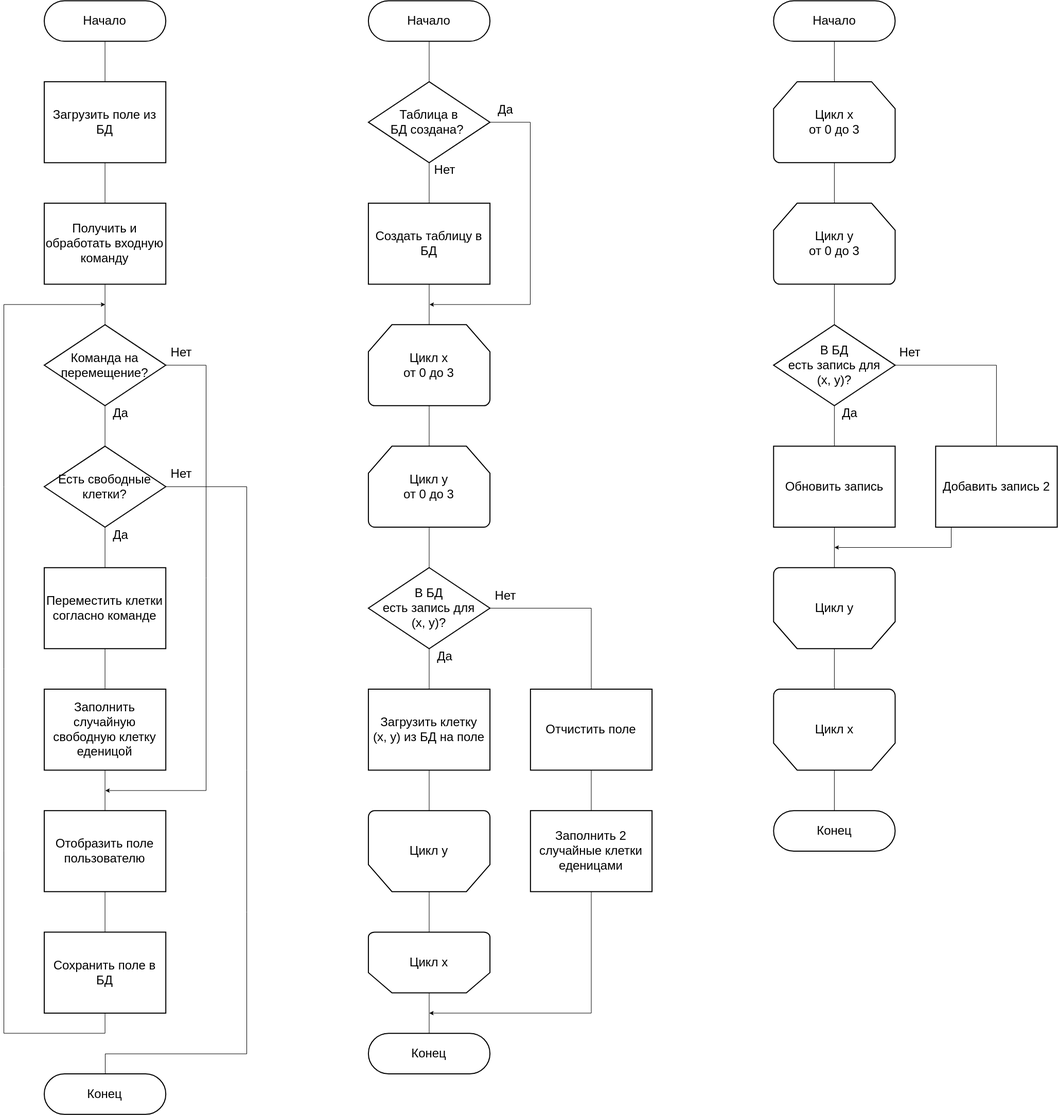
Above: diagrams/flowcharts.drawio.png in Destructor17/graduation_project_report (draw.io), before the change. Source tidied: cells renumbered, new cells last; positions are measured from the earlier drawing's top-left corner, leaving out a move shared by most shapes.
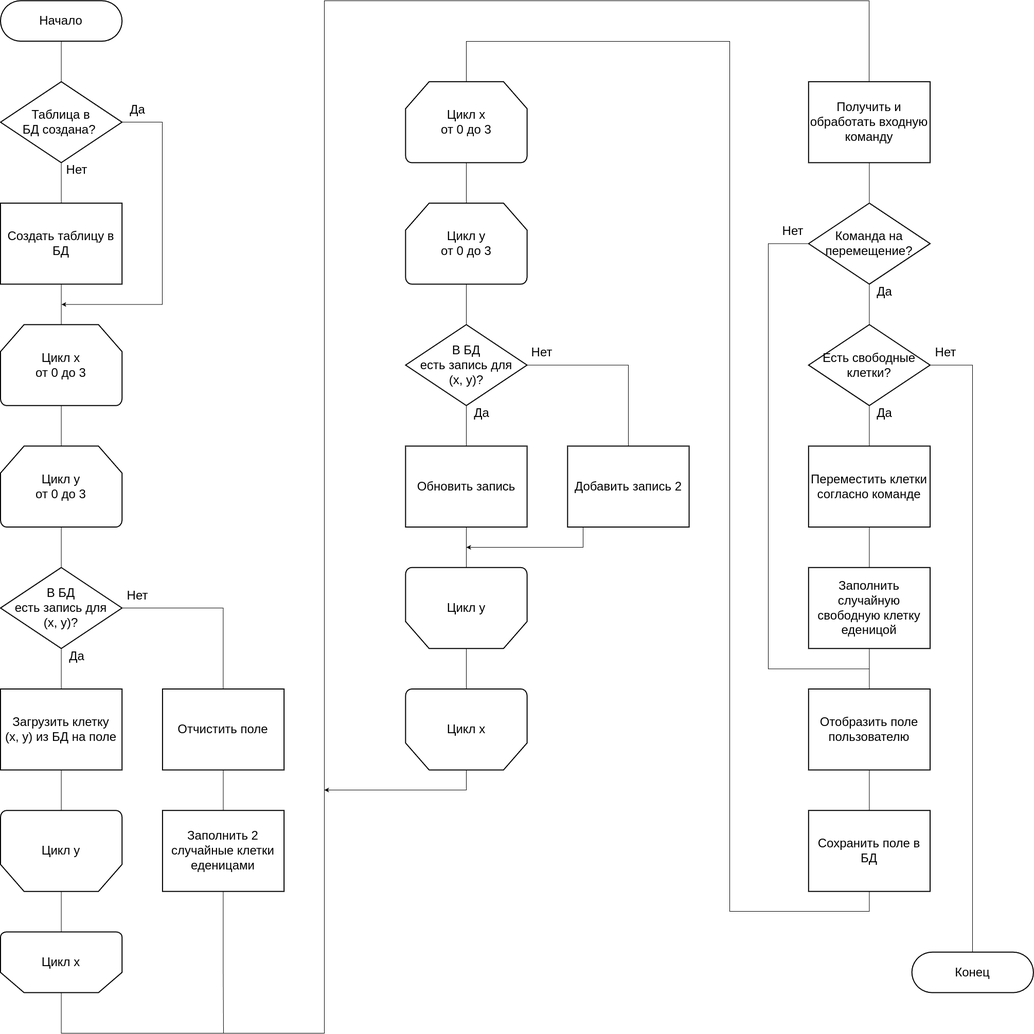
Above is the later version.

What changed in the source:
```diff
@@ -2,12 +2,6 @@
   <root>
     <mxCell id="0" />
     <mxCell id="1" parent="0" />
-    <mxCell id="2" style="edgeStyle=orthogonalEdgeStyle;rounded=0;jettySize=auto;html=1;strokeColor=default;align=center;verticalAlign=middle;fontFamily=Helvetica;fontSize=24;fontColor=default;labelBackgroundColor=none;endArrow=none;endFill=0;" parent="1" edge="1" source="3" target="6">
-      <mxGeometry relative="1" as="geometry" />
-    </mxCell>
-    <mxCell id="3" value="&lt;span style=&quot;font-size: 24px;&quot;&gt;Начало&lt;/span&gt;" style="rounded=1;whiteSpace=wrap;html=1;absoluteArcSize=1;arcSize=100;strokeWidth=2;strokeColor=default;align=center;verticalAlign=middle;fontFamily=Helvetica;fontSize=24;fontColor=default;fillColor=default;comic=0;fixDash=0;snapToPoint=0;" parent="1" vertex="1">
-      <mxGeometry x="708.4" y="-0.1" width="236.2" height="78.7" as="geometry" />
-    </mxCell>
     <mxCell id="4" style="edgeStyle=orthogonalEdgeStyle;rounded=0;jettySize=auto;html=1;endArrow=none;endFill=0;fontSize=24;" parent="1" edge="1" source="6" target="8">
       <mxGeometry relative="1" as="geometry" />
     </mxCell>
@@ -68,9 +62,16 @@
     <mxCell id="21" value="&lt;span style=&quot;font-size: 24px;&quot;&gt;Загрузить клетку &lt;br style=&quot;font-size: 24px;&quot;&gt;(x, y) из БД на поле&lt;/span&gt;" style="rounded=0;whiteSpace=wrap;html=1;absoluteArcSize=1;arcSize=0;strokeWidth=2;strokeColor=default;align=center;verticalAlign=middle;fontFamily=Helvetica;fontSize=24;fontColor=default;fillColor=default;comic=0;fixDash=0;snapToPoint=0;" parent="1" vertex="1">
       <mxGeometry x="708.4" y="1338.5" width="236.2" height="157.5" as="geometry" />
     </mxCell>
-    <mxCell id="22" style="edgeStyle=none;html=1;endArrow=none;endFill=0;fontSize=24;rounded=0;" parent="1" edge="1" source="23" target="40">
-      <mxGeometry relative="1" as="geometry" />
-    </mxCell>
+    <mxCell id="76" style="edgeStyle=orthogonalEdgeStyle;rounded=0;jettySize=auto;html=1;endArrow=none;endFill=0;" parent="1" edge="1" source="23" target="31">
+      <mxGeometry relative="1" as="geometry">
+        <Array as="points">
+          <mxPoint x="826.9" y="2008" />
+          <mxPoint x="1337.9" y="2008" />
+          <mxPoint x="1337.9" />
+          <mxPoint x="2396.9" />
+        </Array>
+      </mxGeometry>
+    </mxCell>
     <mxCell id="23" value="Цикл x" style="strokeWidth=2;html=1;shape=mxgraph.flowchart.loop_limit;whiteSpace=wrap;flipV=1;perimeterSpacing=0;noLabel=0;fontSize=24;rounded=0;" parent="1" vertex="1">
       <mxGeometry x="708.4" y="1810.9" width="236.2" height="118.1" as="geometry" />
     </mxCell>
@@ -84,72 +85,60 @@
       <mxGeometry relative="1" as="geometry" />
     </mxCell>
     <mxCell id="27" value="&lt;span style=&quot;font-size: 24px;&quot;&gt;Отчистить поле&lt;/span&gt;" style="rounded=0;whiteSpace=wrap;html=1;absoluteArcSize=1;arcSize=0;strokeWidth=2;strokeColor=default;align=center;verticalAlign=middle;fontFamily=Helvetica;fontSize=24;fontColor=default;fillColor=default;comic=0;fixDash=0;snapToPoint=0;" parent="1" vertex="1">
-      <mxGeometry x="1023.4" y="1338.5" width="236.2" height="157.5" as="geometry" />
+      <mxGeometry x="1023.3" y="1338.5" width="236.2" height="157.5" as="geometry" />
     </mxCell>
-    <mxCell id="28" style="edgeStyle=orthogonalEdgeStyle;shape=connector;rounded=0;html=1;labelBackgroundColor=none;strokeColor=default;fontFamily=Helvetica;fontSize=24;fontColor=default;endArrow=classic;endFill=1;startSize=19;" parent="1" edge="1" source="29">
-      <mxGeometry relative="1" as="geometry">
-        <mxPoint x="826.5" y="1968.4" as="targetPoint" />
-        <Array as="points">
-          <mxPoint x="1142" y="1968.6" />
-        </Array>
-      </mxGeometry>
-    </mxCell>
+    <mxCell id="77" style="edgeStyle=orthogonalEdgeStyle;rounded=0;jettySize=auto;html=1;endArrow=none;endFill=0;" parent="1" edge="1" source="29">
+      <mxGeometry relative="1" as="geometry">
+        <mxPoint x="1141.9" y="2008" as="targetPoint" />
+      </mxGeometry>
+    </mxCell>
     <mxCell id="29" value="&lt;span style=&quot;font-size: 24px;&quot;&gt;Заполнить 2 случайные клетки еденицами&lt;/span&gt;" style="rounded=0;whiteSpace=wrap;html=1;absoluteArcSize=1;arcSize=0;strokeWidth=2;strokeColor=default;align=center;verticalAlign=middle;fontFamily=Helvetica;fontSize=24;fontColor=default;fillColor=default;comic=0;fixDash=0;snapToPoint=0;" parent="1" vertex="1">
-      <mxGeometry x="1023.4" y="1574.7" width="236.2" height="157.5" as="geometry" />
+      <mxGeometry x="1023.3" y="1574.7" width="236.2" height="157.5" as="geometry" />
     </mxCell>
     <mxCell id="30" style="edgeStyle=orthogonalEdgeStyle;rounded=0;jettySize=auto;html=1;strokeColor=default;align=center;verticalAlign=middle;fontFamily=Helvetica;fontSize=24;fontColor=default;labelBackgroundColor=none;endArrow=none;endFill=0;" parent="1" edge="1" source="31" target="34">
       <mxGeometry relative="1" as="geometry" />
     </mxCell>
     <mxCell id="31" value="&lt;span style=&quot;font-size: 24px;&quot;&gt;Получить и обработать входную команду&lt;/span&gt;" style="rounded=0;whiteSpace=wrap;html=1;absoluteArcSize=1;arcSize=0;strokeWidth=2;strokeColor=default;align=center;verticalAlign=middle;fontFamily=Helvetica;fontSize=24;fontColor=default;fillColor=default;comic=0;fixDash=0;snapToPoint=0;" parent="1" vertex="1">
-      <mxGeometry x="78.5" y="393.6" width="236.2" height="157.5" as="geometry" />
+      <mxGeometry x="2279.2" y="157.4" width="236.2" height="157.5" as="geometry" />
     </mxCell>
     <mxCell id="32" style="edgeStyle=none;html=1;endArrow=none;endFill=0;fontSize=24;rounded=0;" parent="1" edge="1" source="34" target="48">
       <mxGeometry relative="1" as="geometry" />
     </mxCell>
-    <mxCell id="33" style="edgeStyle=orthogonalEdgeStyle;rounded=0;jettySize=auto;html=1;fontSize=24;exitX=1;exitY=0.5;exitDx=0;exitDy=0;exitPerimeter=0;" parent="1" edge="1" source="34">
+    <mxCell id="33" style="edgeStyle=orthogonalEdgeStyle;rounded=0;jettySize=auto;html=1;fontSize=24;exitX=0;exitY=0.5;exitDx=0;exitDy=0;exitPerimeter=0;endArrow=none;endFill=0;" parent="1" edge="1" source="34">
       <mxGeometry relative="1" as="geometry">
-        <mxPoint x="197" y="1535.6" as="targetPoint" />
+        <mxPoint x="2397.7" y="1299.4" as="targetPoint" />
         <Array as="points">
-          <mxPoint x="393" y="708.6" />
-          <mxPoint x="393" y="1535.6" />
+          <mxPoint x="2200.9" y="472" />
+          <mxPoint x="2200.9" y="1299" />
         </Array>
       </mxGeometry>
     </mxCell>
     <mxCell id="34" value="&lt;font style=&quot;font-size: 24px;&quot;&gt;Команда на&lt;br style=&quot;font-size: 24px;&quot;&gt;перемещение?&lt;/font&gt;" style="strokeWidth=2;html=1;shape=mxgraph.flowchart.decision;whiteSpace=wrap;rounded=0;comic=0;strokeColor=default;align=center;verticalAlign=middle;arcSize=0;fontFamily=Helvetica;fontSize=24;fontColor=default;labelBackgroundColor=none;fillColor=default;" parent="1" vertex="1">
-      <mxGeometry x="78.5" y="629.8" width="236.2" height="157.5" as="geometry" />
+      <mxGeometry x="2279.2" y="393.6" width="236.2" height="157.5" as="geometry" />
     </mxCell>
     <mxCell id="35" value="Нет" style="text;html=1;align=center;verticalAlign=middle;whiteSpace=wrap;rounded=0;fontFamily=Helvetica;fontSize=24;fontColor=default;labelBackgroundColor=none;" parent="1" vertex="1">
-      <mxGeometry x="314.7" y="669.2" width="60" height="30" as="geometry" />
+      <mxGeometry x="2219.2" y="433" width="60" height="30" as="geometry" />
     </mxCell>
     <mxCell id="36" style="edgeStyle=orthogonalEdgeStyle;rounded=0;jettySize=auto;html=1;strokeColor=default;align=center;verticalAlign=middle;fontFamily=Helvetica;fontSize=24;fontColor=default;labelBackgroundColor=none;endArrow=none;endFill=0;" parent="1" edge="1" source="37" target="39">
       <mxGeometry relative="1" as="geometry" />
     </mxCell>
     <mxCell id="37" value="&lt;span style=&quot;font-size: 24px;&quot;&gt;Переместить клетки согласно команде&lt;/span&gt;" style="rounded=0;whiteSpace=wrap;html=1;absoluteArcSize=1;arcSize=0;strokeWidth=2;strokeColor=default;align=center;verticalAlign=middle;fontFamily=Helvetica;fontSize=24;fontColor=default;fillColor=default;comic=0;fixDash=0;snapToPoint=0;" parent="1" vertex="1">
-      <mxGeometry x="78.5" y="1102.3" width="236.2" height="157.5" as="geometry" />
+      <mxGeometry x="2279.2" y="866.1" width="236.2" height="157.5" as="geometry" />
     </mxCell>
     <mxCell id="38" style="edgeStyle=none;html=1;endArrow=none;endFill=0;fontSize=24;rounded=0;" parent="1" edge="1" source="39" target="52">
       <mxGeometry relative="1" as="geometry" />
     </mxCell>
     <mxCell id="39" value="&lt;span style=&quot;font-size: 24px;&quot;&gt;Заполнить случайную свободную клетку еденицой&lt;/span&gt;" style="rounded=0;whiteSpace=wrap;html=1;absoluteArcSize=1;arcSize=0;strokeWidth=2;strokeColor=default;align=center;verticalAlign=middle;fontFamily=Helvetica;fontSize=24;fontColor=default;fillColor=default;comic=0;fixDash=0;snapToPoint=0;" parent="1" vertex="1">
-      <mxGeometry x="78.5" y="1338.5" width="236.2" height="157.5" as="geometry" />
+      <mxGeometry x="2279.2" y="1102.3" width="236.2" height="157.5" as="geometry" />
     </mxCell>
-    <mxCell id="40" value="&lt;span style=&quot;font-size: 24px;&quot;&gt;Конец&lt;/span&gt;" style="rounded=1;whiteSpace=wrap;html=1;absoluteArcSize=1;arcSize=100;strokeWidth=2;strokeColor=default;align=center;verticalAlign=middle;fontFamily=Helvetica;fontSize=24;fontColor=default;fillColor=default;comic=0;fixDash=0;snapToPoint=0;" parent="1" vertex="1">
-      <mxGeometry x="708.4" y="2007.8" width="236.2" height="78.7" as="geometry" />
-    </mxCell>
-    <mxCell id="41" style="edgeStyle=none;html=1;endArrow=none;endFill=0;fontSize=24;rounded=0;" parent="1" edge="1" source="42" target="44">
-      <mxGeometry relative="1" as="geometry" />
-    </mxCell>
+    <mxCell id="78" style="edgeStyle=orthogonalEdgeStyle;rounded=0;jettySize=auto;html=1;endArrow=none;endFill=0;" parent="1" edge="1" source="42" target="6">
+      <mxGeometry relative="1" as="geometry" />
+    </mxCell>
     <mxCell id="42" value="&lt;span style=&quot;font-size: 24px;&quot;&gt;Начало&lt;/span&gt;" style="rounded=1;whiteSpace=wrap;html=1;absoluteArcSize=1;arcSize=100;strokeWidth=2;strokeColor=default;align=center;verticalAlign=middle;fontFamily=Helvetica;fontSize=24;fontColor=default;fillColor=default;comic=0;fixDash=0;snapToPoint=0;" parent="1" vertex="1">
-      <mxGeometry x="78.5" y="-0.1" width="236.2" height="78.7" as="geometry" />
+      <mxGeometry x="708.4" y="-0.1" width="236.2" height="78.7" as="geometry" />
     </mxCell>
-    <mxCell id="43" style="edgeStyle=none;html=1;endArrow=none;endFill=0;fontSize=24;rounded=0;" parent="1" edge="1" source="44" target="31">
-      <mxGeometry relative="1" as="geometry" />
-    </mxCell>
-    <mxCell id="44" value="&lt;span style=&quot;font-size: 24px;&quot;&gt;Загрузить поле из БД&lt;/span&gt;" style="rounded=0;whiteSpace=wrap;html=1;absoluteArcSize=1;arcSize=0;strokeWidth=2;strokeColor=default;align=center;verticalAlign=middle;fontFamily=Helvetica;fontSize=24;fontColor=default;fillColor=default;comic=0;fixDash=0;snapToPoint=0;" parent="1" vertex="1">
-      <mxGeometry x="78.5" y="157.4" width="236.2" height="157.5" as="geometry" />
-    </mxCell>
     <mxCell id="45" value="Да" style="text;html=1;align=center;verticalAlign=middle;whiteSpace=wrap;rounded=0;fontFamily=Helvetica;fontSize=24;fontColor=default;labelBackgroundColor=none;" parent="1" vertex="1">
-      <mxGeometry x="196.6" y="787.3" width="60" height="30" as="geometry" />
+      <mxGeometry x="2397.3" y="551.1" width="60" height="30" as="geometry" />
     </mxCell>
     <mxCell id="46" style="edgeStyle=none;html=1;endArrow=none;endFill=0;fontSize=24;rounded=0;" parent="1" edge="1" source="48" target="37">
       <mxGeometry relative="1" as="geometry" />
@@ -157,49 +146,41 @@
     <mxCell id="47" style="edgeStyle=orthogonalEdgeStyle;rounded=0;jettySize=auto;html=1;endArrow=none;endFill=0;fontSize=24;exitX=1;exitY=0.5;exitDx=0;exitDy=0;exitPerimeter=0;" parent="1" edge="1" source="48" target="53">
       <mxGeometry relative="1" as="geometry">
         <Array as="points">
-          <mxPoint x="472" y="944.6" />
-          <mxPoint x="472" y="2047.6" />
-          <mxPoint x="197" y="2047.6" />
+          <mxPoint x="2597.9" y="709" />
         </Array>
       </mxGeometry>
     </mxCell>
     <mxCell id="48" value="&lt;span style=&quot;font-size: 24px;&quot;&gt;Есть свободные&lt;br style=&quot;font-size: 24px;&quot;&gt;клетки?&lt;/span&gt;" style="strokeWidth=2;html=1;shape=mxgraph.flowchart.decision;whiteSpace=wrap;rounded=0;comic=0;strokeColor=default;align=center;verticalAlign=middle;arcSize=0;fontFamily=Helvetica;fontSize=24;fontColor=default;labelBackgroundColor=none;fillColor=default;" parent="1" vertex="1">
-      <mxGeometry x="78.5" y="866.1" width="236.2" height="157.5" as="geometry" />
+      <mxGeometry x="2279.2" y="629.8" width="236.2" height="157.5" as="geometry" />
     </mxCell>
     <mxCell id="49" value="Нет" style="text;html=1;align=center;verticalAlign=middle;whiteSpace=wrap;rounded=0;fontFamily=Helvetica;fontSize=24;fontColor=default;labelBackgroundColor=none;comic=0;enumerate=0;noLabel=0;" parent="1" vertex="1">
-      <mxGeometry x="314.7" y="905.4" width="60" height="30" as="geometry" />
+      <mxGeometry x="2515.4" y="669.2" width="60" height="30" as="geometry" />
     </mxCell>
     <mxCell id="50" value="Да" style="text;html=1;align=center;verticalAlign=middle;whiteSpace=wrap;rounded=0;fontFamily=Helvetica;fontSize=24;fontColor=default;labelBackgroundColor=none;" parent="1" vertex="1">
-      <mxGeometry x="196.6" y="1023.5" width="60" height="30" as="geometry" />
+      <mxGeometry x="2397.3" y="787.3" width="60" height="30" as="geometry" />
     </mxCell>
     <mxCell id="51" style="edgeStyle=orthogonalEdgeStyle;rounded=0;jettySize=auto;html=1;endArrow=none;endFill=0;fontSize=24;" parent="1" edge="1" source="52" target="55">
       <mxGeometry relative="1" as="geometry" />
     </mxCell>
     <mxCell id="52" value="&lt;span style=&quot;font-size: 24px;&quot;&gt;Отобразить поле пользователю&lt;/span&gt;" style="rounded=0;whiteSpace=wrap;html=1;absoluteArcSize=1;arcSize=0;strokeWidth=2;strokeColor=default;align=center;verticalAlign=middle;fontFamily=Helvetica;fontSize=24;fontColor=default;fillColor=default;comic=0;fixDash=0;snapToPoint=0;" parent="1" vertex="1">
-      <mxGeometry x="78.5" y="1574.7" width="236.2" height="157.5" as="geometry" />
+      <mxGeometry x="2279.2" y="1338.5" width="236.2" height="157.5" as="geometry" />
     </mxCell>
     <mxCell id="53" value="&lt;span style=&quot;font-size: 24px;&quot;&gt;Конец&lt;/span&gt;" style="rounded=1;whiteSpace=wrap;html=1;absoluteArcSize=1;arcSize=100;strokeWidth=2;strokeColor=default;align=center;verticalAlign=middle;fontFamily=Helvetica;fontSize=24;fontColor=default;fillColor=default;comic=0;fixDash=0;snapToPoint=0;" parent="1" vertex="1">
-      <mxGeometry x="78.5" y="2086.5" width="236.2" height="78.7" as="geometry" />
+      <mxGeometry x="2480" y="1850.3" width="236.2" height="78.7" as="geometry" />
     </mxCell>
-    <mxCell id="54" style="edgeStyle=orthogonalEdgeStyle;rounded=0;jettySize=auto;html=1;exitX=0.5;exitY=1;exitDx=0;exitDy=0;fontSize=24;" parent="1" edge="1" source="55">
+    <mxCell id="54" style="edgeStyle=orthogonalEdgeStyle;rounded=0;jettySize=auto;html=1;exitX=0.5;exitY=1;exitDx=0;exitDy=0;fontSize=24;entryX=0.5;entryY=0;entryDx=0;entryDy=0;entryPerimeter=0;endArrow=none;endFill=0;" parent="1" edge="1" source="55" target="75">
       <mxGeometry relative="1" as="geometry">
-        <mxPoint x="197" y="590.6" as="targetPoint" />
         <Array as="points">
-          <mxPoint x="197" y="2007.6" />
-          <mxPoint y="2007.6" />
-          <mxPoint y="590.6" />
+          <mxPoint x="2396.9" y="1771" />
+          <mxPoint x="2125.9" y="1771" />
+          <mxPoint x="2125.9" y="79" />
+          <mxPoint x="1613.9" y="79" />
         </Array>
       </mxGeometry>
     </mxCell>
     <mxCell id="55" value="&lt;span style=&quot;font-size: 24px;&quot;&gt;Сохранить поле в БД&lt;/span&gt;" style="rounded=0;whiteSpace=wrap;html=1;absoluteArcSize=1;arcSize=0;strokeWidth=2;strokeColor=default;align=center;verticalAlign=middle;fontFamily=Helvetica;fontSize=24;fontColor=default;fillColor=default;comic=0;fixDash=0;snapToPoint=0;" parent="1" vertex="1">
-      <mxGeometry x="78.5" y="1810.9" width="236.2" height="157.5" as="geometry" />
+      <mxGeometry x="2279.2" y="1574.7" width="236.2" height="157.5" as="geometry" />
     </mxCell>
-    <mxCell id="56" style="edgeStyle=orthogonalEdgeStyle;html=1;endArrow=none;endFill=0;rounded=0;fontSize=24;" parent="1" edge="1" source="57" target="75">
-      <mxGeometry relative="1" as="geometry" />
-    </mxCell>
-    <mxCell id="57" value="&lt;span style=&quot;font-size: 24px;&quot;&gt;Начало&lt;/span&gt;" style="rounded=1;whiteSpace=wrap;html=1;absoluteArcSize=1;arcSize=197;strokeWidth=2;strokeColor=default;align=center;verticalAlign=middle;fontFamily=Helvetica;fontSize=24;fontColor=default;fillColor=default;comic=0;fixDash=0;snapToPoint=0;" parent="1" vertex="1">
-      <mxGeometry x="1495.8" y="-0.1" width="236.2" height="78.7" as="geometry" />
-    </mxCell>
     <mxCell id="58" style="edgeStyle=orthogonalEdgeStyle;rounded=0;jettySize=auto;html=1;strokeColor=default;align=center;verticalAlign=middle;fontFamily=Helvetica;fontSize=24;fontColor=default;labelBackgroundColor=none;endArrow=none;endFill=0;" parent="1" edge="1" source="59" target="68">
       <mxGeometry relative="1" as="geometry" />
     </mxCell>
@@ -225,11 +206,17 @@
       <mxGeometry relative="1" as="geometry" />
     </mxCell>
     <mxCell id="66" value="&lt;span style=&quot;font-size: 24px;&quot;&gt;Обновить запись&lt;/span&gt;" style="rounded=0;whiteSpace=wrap;html=1;absoluteArcSize=1;arcSize=0;strokeWidth=2;strokeColor=default;align=center;verticalAlign=middle;fontFamily=Helvetica;fontSize=24;fontColor=default;fillColor=default;comic=0;fixDash=0;snapToPoint=0;" parent="1" vertex="1">
-      <mxGeometry x="1495.8" y="866" width="236.2" height="157.5" as="geometry" />
+      <mxGeometry x="1495.8" y="866.1" width="236.2" height="157.5" as="geometry" />
     </mxCell>
-    <mxCell id="67" style="edgeStyle=none;html=1;endArrow=none;endFill=0;fontSize=24;rounded=0;" parent="1" edge="1" source="68" target="73">
-      <mxGeometry relative="1" as="geometry" />
-    </mxCell>
+    <mxCell id="79" style="edgeStyle=orthogonalEdgeStyle;rounded=0;jettySize=auto;html=1;" parent="1" edge="1" source="68">
+      <mxGeometry relative="1" as="geometry">
+        <mxPoint x="1337.9" y="1535" as="targetPoint" />
+        <Array as="points">
+          <mxPoint x="1613.9" y="1535" />
+          <mxPoint x="1337.9" y="1535" />
+        </Array>
+      </mxGeometry>
+    </mxCell>
     <mxCell id="68" value="Цикл x" style="strokeWidth=2;html=1;shape=mxgraph.flowchart.loop_limit;whiteSpace=wrap;flipV=1;perimeterSpacing=0;noLabel=0;fontSize=24;rounded=0;" parent="1" vertex="1">
       <mxGeometry x="1495.8" y="1338.5" width="236.2" height="157.5" as="geometry" />
     </mxCell>
@@ -248,11 +235,8 @@
       </mxGeometry>
     </mxCell>
     <mxCell id="72" value="&lt;span style=&quot;font-size: 24px;&quot;&gt;Добавить запись 2&lt;/span&gt;" style="rounded=0;whiteSpace=wrap;html=1;absoluteArcSize=1;arcSize=0;strokeWidth=2;strokeColor=default;align=center;verticalAlign=middle;fontFamily=Helvetica;fontSize=24;fontColor=default;fillColor=default;comic=0;fixDash=0;snapToPoint=0;" parent="1" vertex="1">
-      <mxGeometry x="1810.8" y="866" width="236.2" height="157.5" as="geometry" />
+      <mxGeometry x="1810.7" y="866.1" width="236.2" height="157.5" as="geometry" />
     </mxCell>
-    <mxCell id="73" value="&lt;span style=&quot;font-size: 24px;&quot;&gt;Конец&lt;/span&gt;" style="rounded=1;whiteSpace=wrap;html=1;absoluteArcSize=1;arcSize=100;strokeWidth=2;strokeColor=default;align=center;verticalAlign=middle;fontFamily=Helvetica;fontSize=24;fontColor=default;fillColor=default;comic=0;fixDash=0;snapToPoint=0;" parent="1" vertex="1">
-      <mxGeometry x="1495.8" y="1574.7" width="236.2" height="78.7" as="geometry" />
-    </mxCell>
     <mxCell id="74" style="edgeStyle=orthogonalEdgeStyle;html=1;endArrow=none;endFill=0;rounded=0;fontSize=24;" parent="1" edge="1" source="75" target="61">
       <mxGeometry relative="1" as="geometry" />
     </mxCell>
```
